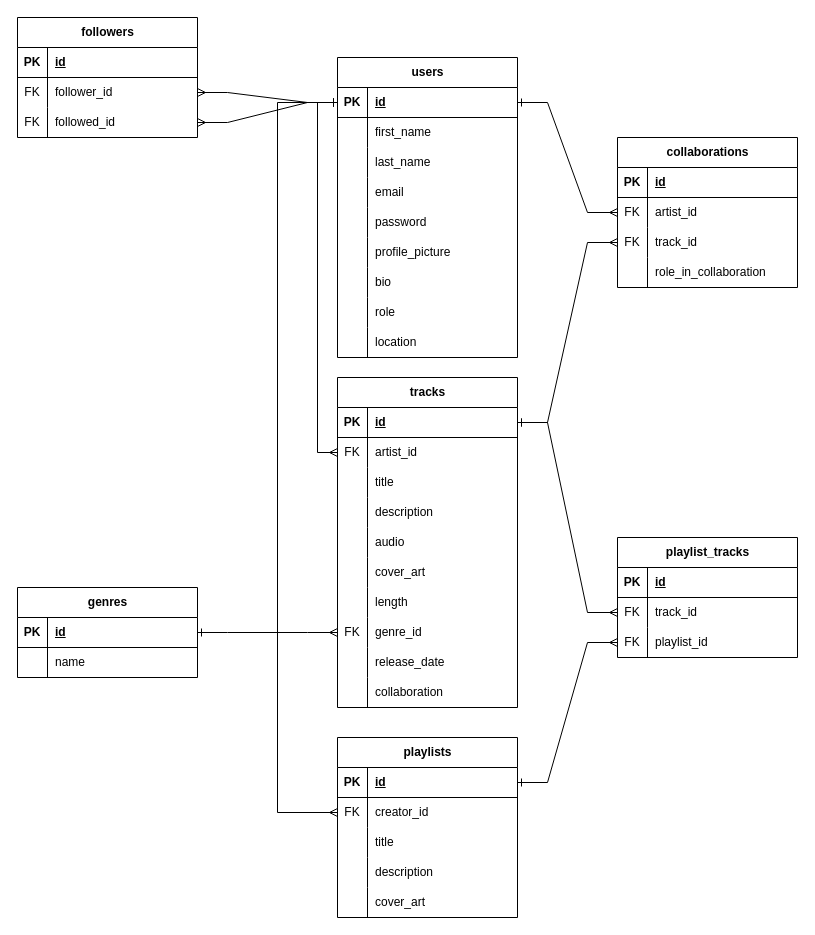
Before: ERD.drawio in bitorsic/sek-jams, a draw.io diagram. Source tidied: cells renumbered, new cells numbered last; positions are measured from the earlier drawing's top-left corner, leaving out a move shared by most shapes. Both pictures are drawn from the tidied source at 100%, with x=0, y=0 at pixel (17, 17).
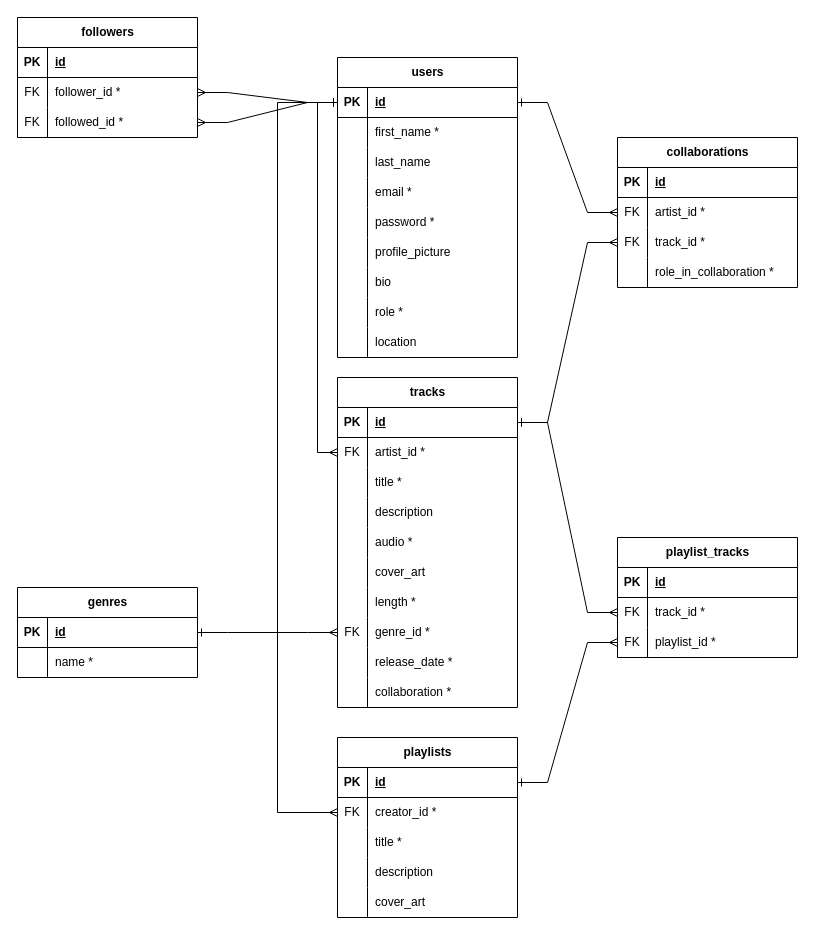
After the change.

Commit message:
marked mandatory fields in ERD

Unchanged cells that the change refers to:
```xml
<mxCell id="6" style="shape=tableRow;horizontal=0;startSize=0;swimlaneHead=0;swimlaneBody=0;fillColor=none;top=0;left=0;right=0;bottom=0;" parent="2" vertex="1">
  <mxGeometry y="60" width="180" height="30" as="geometry" />
</mxCell>
<mxCell id="12" style="shape=tableRow;horizontal=0;startSize=0;swimlaneHead=0;swimlaneBody=0;fillColor=none;top=0;left=0;right=0;bottom=0;" parent="2" vertex="1">
  <mxGeometry y="120" width="180" height="30" as="geometry" />
</mxCell>
<mxCell id="15" style="shape=tableRow;horizontal=0;startSize=0;swimlaneHead=0;swimlaneBody=0;fillColor=none;top=0;left=0;right=0;bottom=0;" parent="2" vertex="1">
  <mxGeometry y="150" width="180" height="30" as="geometry" />
</mxCell>
<mxCell id="24" style="shape=tableRow;horizontal=0;startSize=0;swimlaneHead=0;swimlaneBody=0;fillColor=none;top=0;left=0;right=0;bottom=0;" parent="2" vertex="1">
  <mxGeometry y="240" width="180" height="30" as="geometry" />
</mxCell>
<mxCell id="34" style="shape=tableRow;horizontal=0;startSize=0;swimlaneHead=0;swimlaneBody=0;fillColor=none;points=[[0,0.5],[1,0.5]];portConstraint=eastwest;top=0;left=0;right=0;bottom=0;" parent="30" vertex="1">
  <mxGeometry y="60" width="180" height="30" as="geometry" />
</mxCell>
<mxCell id="37" style="shape=tableRow;horizontal=0;startSize=0;swimlaneHead=0;swimlaneBody=0;fillColor=none;top=0;left=0;right=0;bottom=0;" parent="30" vertex="1">
  <mxGeometry y="90" width="180" height="30" as="geometry" />
</mxCell>
<mxCell id="43" style="shape=tableRow;horizontal=0;startSize=0;swimlaneHead=0;swimlaneBody=0;fillColor=none;top=0;left=0;right=0;bottom=0;" parent="30" vertex="1">
  <mxGeometry y="150" width="180" height="30" as="geometry" />
</mxCell>
<mxCell id="49" style="shape=tableRow;horizontal=0;startSize=0;swimlaneHead=0;swimlaneBody=0;fillColor=none;top=0;left=0;right=0;bottom=0;" parent="30" vertex="1">
  <mxGeometry y="210" width="180" height="30" as="geometry" />
</mxCell>
<mxCell id="52" style="shape=tableRow;horizontal=0;startSize=0;swimlaneHead=0;swimlaneBody=0;fillColor=none;points=[[0,0.5],[1,0.5]];portConstraint=eastwest;top=0;left=0;right=0;bottom=0;" parent="30" vertex="1">
  <mxGeometry y="240" width="180" height="30" as="geometry" />
</mxCell>
<mxCell id="55" style="shape=tableRow;horizontal=0;startSize=0;swimlaneHead=0;swimlaneBody=0;fillColor=none;top=0;left=0;right=0;bottom=0;" parent="30" vertex="1">
  <mxGeometry y="270" width="180" height="30" as="geometry" />
</mxCell>
<mxCell id="58" style="shape=tableRow;horizontal=0;startSize=0;swimlaneHead=0;swimlaneBody=0;fillColor=none;top=0;left=0;right=0;bottom=0;" parent="30" vertex="1">
  <mxGeometry y="300" width="180" height="30" as="geometry" />
</mxCell>
<mxCell id="65" style="shape=tableRow;horizontal=0;startSize=0;swimlaneHead=0;swimlaneBody=0;fillColor=none;top=0;left=0;right=0;bottom=0;" parent="61" vertex="1">
  <mxGeometry y="60" width="180" height="30" as="geometry" />
</mxCell>
<mxCell id="73" style="shape=tableRow;horizontal=0;startSize=0;swimlaneHead=0;swimlaneBody=0;fillColor=none;points=[[0,0.5],[1,0.5]];portConstraint=eastwest;top=0;left=0;right=0;bottom=0;" parent="69" vertex="1">
  <mxGeometry y="60" width="180" height="30" as="geometry" />
</mxCell>
<mxCell id="76" style="shape=tableRow;horizontal=0;startSize=0;swimlaneHead=0;swimlaneBody=0;fillColor=none;points=[[0,0.5],[1,0.5]];portConstraint=eastwest;top=0;left=0;right=0;bottom=0;" parent="69" vertex="1">
  <mxGeometry y="90" width="180" height="30" as="geometry" />
</mxCell>
<mxCell id="85" style="shape=tableRow;horizontal=0;startSize=0;swimlaneHead=0;swimlaneBody=0;fillColor=none;points=[[0,0.5],[1,0.5]];portConstraint=eastwest;top=0;left=0;right=0;bottom=0;" parent="81" vertex="1">
  <mxGeometry y="60" width="180" height="30" as="geometry" />
</mxCell>
<mxCell id="88" style="shape=tableRow;horizontal=0;startSize=0;swimlaneHead=0;swimlaneBody=0;fillColor=none;points=[[0,0.5],[1,0.5]];portConstraint=eastwest;top=0;left=0;right=0;bottom=0;" parent="81" vertex="1">
  <mxGeometry y="90" width="180" height="30" as="geometry" />
</mxCell>
<mxCell id="91" style="shape=tableRow;horizontal=0;startSize=0;swimlaneHead=0;swimlaneBody=0;fillColor=none;top=0;left=0;right=0;bottom=0;" parent="81" vertex="1">
  <mxGeometry y="120" width="180" height="30" as="geometry" />
</mxCell>
<mxCell id="100" style="shape=tableRow;horizontal=0;startSize=0;swimlaneHead=0;swimlaneBody=0;fillColor=none;points=[[0,0.5],[1,0.5]];portConstraint=eastwest;top=0;left=0;right=0;bottom=0;" parent="96" vertex="1">
  <mxGeometry y="60" width="180" height="30" as="geometry" />
</mxCell>
<mxCell id="103" style="shape=tableRow;horizontal=0;startSize=0;swimlaneHead=0;swimlaneBody=0;fillColor=none;top=0;left=0;right=0;bottom=0;" parent="96" vertex="1">
  <mxGeometry y="90" width="180" height="30" as="geometry" />
</mxCell>
<mxCell id="116" style="shape=tableRow;horizontal=0;startSize=0;swimlaneHead=0;swimlaneBody=0;fillColor=none;points=[[0,0.5],[1,0.5]];portConstraint=eastwest;top=0;left=0;right=0;bottom=0;" parent="112" vertex="1">
  <mxGeometry y="60" width="180" height="30" as="geometry" />
</mxCell>
<mxCell id="119" style="shape=tableRow;horizontal=0;startSize=0;swimlaneHead=0;swimlaneBody=0;fillColor=none;points=[[0,0.5],[1,0.5]];portConstraint=eastwest;top=0;left=0;right=0;bottom=0;" parent="112" vertex="1">
  <mxGeometry y="90" width="180" height="30" as="geometry" />
</mxCell>
```

What changed in the source:
```diff
@@
-    <mxCell id="8" value="first_name" style="shape=partialRectangle;fillColor=none;top=0;left=0;bottom=0;right=0;align=left;spacingLeft=6;overflow=hidden;whiteSpace=wrap;html=1;" parent="6" vertex="1">
+    <mxCell id="8" value="first_name *" style="shape=partialRectangle;fillColor=none;top=0;left=0;bottom=0;right=0;align=left;spacingLeft=6;overflow=hidden;whiteSpace=wrap;html=1;" parent="6" vertex="1">
       <mxGeometry x="30" width="150" height="30" as="geometry" />
     </mxCell>
@@
-    <mxCell id="14" value="email" style="shape=partialRectangle;fillColor=none;top=0;left=0;bottom=0;right=0;align=left;spacingLeft=6;overflow=hidden;whiteSpace=wrap;html=1;" parent="12" vertex="1">
+    <mxCell id="14" value="email *" style="shape=partialRectangle;fillColor=none;top=0;left=0;bottom=0;right=0;align=left;spacingLeft=6;overflow=hidden;whiteSpace=wrap;html=1;" parent="12" vertex="1">
       <mxGeometry x="30" width="150" height="30" as="geometry" />
     </mxCell>
@@
-    <mxCell id="17" value="password" style="shape=partialRectangle;fillColor=none;top=0;left=0;bottom=0;right=0;align=left;spacingLeft=6;overflow=hidden;whiteSpace=wrap;html=1;" parent="15" vertex="1">
+    <mxCell id="17" value="password *" style="shape=partialRectangle;fillColor=none;top=0;left=0;bottom=0;right=0;align=left;spacingLeft=6;overflow=hidden;whiteSpace=wrap;html=1;" parent="15" vertex="1">
       <mxGeometry x="30" width="150" height="30" as="geometry" />
     </mxCell>
@@
-    <mxCell id="26" value="role" style="shape=partialRectangle;fillColor=none;top=0;left=0;bottom=0;right=0;align=left;spacingLeft=6;overflow=hidden;whiteSpace=wrap;html=1;" parent="24" vertex="1">
+    <mxCell id="26" value="role *" style="shape=partialRectangle;fillColor=none;top=0;left=0;bottom=0;right=0;align=left;spacingLeft=6;overflow=hidden;whiteSpace=wrap;html=1;" parent="24" vertex="1">
       <mxGeometry x="30" width="150" height="30" as="geometry" />
     </mxCell>
@@
-    <mxCell id="36" value="artist_id" style="shape=partialRectangle;fillColor=none;top=0;left=0;bottom=0;right=0;align=left;spacingLeft=6;overflow=hidden;whiteSpace=wrap;html=1;" parent="34" vertex="1">
+    <mxCell id="36" value="artist_id *" style="shape=partialRectangle;fillColor=none;top=0;left=0;bottom=0;right=0;align=left;spacingLeft=6;overflow=hidden;whiteSpace=wrap;html=1;" parent="34" vertex="1">
       <mxGeometry x="30" width="150" height="30" as="geometry" />
     </mxCell>
@@
-    <mxCell id="39" value="title" style="shape=partialRectangle;fillColor=none;top=0;left=0;bottom=0;right=0;align=left;spacingLeft=6;overflow=hidden;whiteSpace=wrap;html=1;" parent="37" vertex="1">
+    <mxCell id="39" value="title *" style="shape=partialRectangle;fillColor=none;top=0;left=0;bottom=0;right=0;align=left;spacingLeft=6;overflow=hidden;whiteSpace=wrap;html=1;" parent="37" vertex="1">
       <mxGeometry x="30" width="150" height="30" as="geometry" />
     </mxCell>
@@
-    <mxCell id="45" value="audio" style="shape=partialRectangle;fillColor=none;top=0;left=0;bottom=0;right=0;align=left;spacingLeft=6;overflow=hidden;whiteSpace=wrap;html=1;" parent="43" vertex="1">
+    <mxCell id="45" value="audio *" style="shape=partialRectangle;fillColor=none;top=0;left=0;bottom=0;right=0;align=left;spacingLeft=6;overflow=hidden;whiteSpace=wrap;html=1;" parent="43" vertex="1">
       <mxGeometry x="30" width="150" height="30" as="geometry" />
     </mxCell>
@@
-    <mxCell id="51" value="length" style="shape=partialRectangle;fillColor=none;top=0;left=0;bottom=0;right=0;align=left;spacingLeft=6;overflow=hidden;whiteSpace=wrap;html=1;" parent="49" vertex="1">
+    <mxCell id="51" value="length *" style="shape=partialRectangle;fillColor=none;top=0;left=0;bottom=0;right=0;align=left;spacingLeft=6;overflow=hidden;whiteSpace=wrap;html=1;" parent="49" vertex="1">
       <mxGeometry x="30" width="150" height="30" as="geometry" />
     </mxCell>
@@
-    <mxCell id="54" value="genre_id" style="shape=partialRectangle;fillColor=none;top=0;left=0;bottom=0;right=0;align=left;spacingLeft=6;overflow=hidden;whiteSpace=wrap;html=1;" parent="52" vertex="1">
+    <mxCell id="54" value="genre_id *" style="shape=partialRectangle;fillColor=none;top=0;left=0;bottom=0;right=0;align=left;spacingLeft=6;overflow=hidden;whiteSpace=wrap;html=1;" parent="52" vertex="1">
       <mxGeometry x="30" width="150" height="30" as="geometry" />
     </mxCell>
@@
-    <mxCell id="57" value="release_date" style="shape=partialRectangle;fillColor=none;top=0;left=0;bottom=0;right=0;align=left;spacingLeft=6;overflow=hidden;whiteSpace=wrap;html=1;" parent="55" vertex="1">
+    <mxCell id="57" value="release_date *" style="shape=partialRectangle;fillColor=none;top=0;left=0;bottom=0;right=0;align=left;spacingLeft=6;overflow=hidden;whiteSpace=wrap;html=1;" parent="55" vertex="1">
       <mxGeometry x="30" width="150" height="30" as="geometry" />
     </mxCell>
@@
-    <mxCell id="60" value="collaboration" style="shape=partialRectangle;fillColor=none;top=0;left=0;bottom=0;right=0;align=left;spacingLeft=6;overflow=hidden;whiteSpace=wrap;html=1;" parent="58" vertex="1">
+    <mxCell id="60" value="collaboration *" style="shape=partialRectangle;fillColor=none;top=0;left=0;bottom=0;right=0;align=left;spacingLeft=6;overflow=hidden;whiteSpace=wrap;html=1;" parent="58" vertex="1">
       <mxGeometry x="30" width="150" height="30" as="geometry" />
     </mxCell>
@@
-    <mxCell id="67" value="name" style="shape=partialRectangle;fillColor=none;top=0;left=0;bottom=0;right=0;align=left;spacingLeft=6;overflow=hidden;whiteSpace=wrap;html=1;" parent="65" vertex="1">
+    <mxCell id="67" value="name *" style="shape=partialRectangle;fillColor=none;top=0;left=0;bottom=0;right=0;align=left;spacingLeft=6;overflow=hidden;whiteSpace=wrap;html=1;" parent="65" vertex="1">
       <mxGeometry x="30" width="150" height="30" as="geometry" />
     </mxCell>
@@
-    <mxCell id="75" value="follower_id" style="shape=partialRectangle;fillColor=none;top=0;left=0;bottom=0;right=0;align=left;spacingLeft=6;overflow=hidden;whiteSpace=wrap;html=1;" parent="73" vertex="1">
+    <mxCell id="75" value="follower_id *" style="shape=partialRectangle;fillColor=none;top=0;left=0;bottom=0;right=0;align=left;spacingLeft=6;overflow=hidden;whiteSpace=wrap;html=1;" parent="73" vertex="1">
       <mxGeometry x="30" width="150" height="30" as="geometry" />
     </mxCell>
@@
-    <mxCell id="78" value="followed_id" style="shape=partialRectangle;fillColor=none;top=0;left=0;bottom=0;right=0;align=left;spacingLeft=6;overflow=hidden;whiteSpace=wrap;html=1;" parent="76" vertex="1">
+    <mxCell id="78" value="followed_id *" style="shape=partialRectangle;fillColor=none;top=0;left=0;bottom=0;right=0;align=left;spacingLeft=6;overflow=hidden;whiteSpace=wrap;html=1;" parent="76" vertex="1">
       <mxGeometry x="30" width="150" height="30" as="geometry" />
     </mxCell>
@@
-    <mxCell id="87" value="artist_id" style="shape=partialRectangle;fillColor=none;top=0;left=0;bottom=0;right=0;align=left;spacingLeft=6;overflow=hidden;whiteSpace=wrap;html=1;" parent="85" vertex="1">
+    <mxCell id="87" value="artist_id *" style="shape=partialRectangle;fillColor=none;top=0;left=0;bottom=0;right=0;align=left;spacingLeft=6;overflow=hidden;whiteSpace=wrap;html=1;" parent="85" vertex="1">
       <mxGeometry x="30" width="150" height="30" as="geometry" />
     </mxCell>
@@
-    <mxCell id="90" value="track_id" style="shape=partialRectangle;fillColor=none;top=0;left=0;bottom=0;right=0;align=left;spacingLeft=6;overflow=hidden;whiteSpace=wrap;html=1;" parent="88" vertex="1">
+    <mxCell id="90" value="track_id *" style="shape=partialRectangle;fillColor=none;top=0;left=0;bottom=0;right=0;align=left;spacingLeft=6;overflow=hidden;whiteSpace=wrap;html=1;" parent="88" vertex="1">
       <mxGeometry x="30" width="150" height="30" as="geometry" />
     </mxCell>
@@
-    <mxCell id="93" value="role_in_collaboration" style="shape=partialRectangle;fillColor=none;top=0;left=0;bottom=0;right=0;align=left;spacingLeft=6;overflow=hidden;whiteSpace=wrap;html=1;" parent="91" vertex="1">
+    <mxCell id="93" value="role_in_collaboration *" style="shape=partialRectangle;fillColor=none;top=0;left=0;bottom=0;right=0;align=left;spacingLeft=6;overflow=hidden;whiteSpace=wrap;html=1;" parent="91" vertex="1">
       <mxGeometry x="30" width="150" height="30" as="geometry" />
     </mxCell>
@@
-    <mxCell id="102" value="creator_id" style="shape=partialRectangle;fillColor=none;top=0;left=0;bottom=0;right=0;align=left;spacingLeft=6;overflow=hidden;whiteSpace=wrap;html=1;" parent="100" vertex="1">
+    <mxCell id="102" value="creator_id *" style="shape=partialRectangle;fillColor=none;top=0;left=0;bottom=0;right=0;align=left;spacingLeft=6;overflow=hidden;whiteSpace=wrap;html=1;" parent="100" vertex="1">
       <mxGeometry x="30" width="150" height="30" as="geometry" />
     </mxCell>
@@
-    <mxCell id="105" value="title" style="shape=partialRectangle;fillColor=none;top=0;left=0;bottom=0;right=0;align=left;spacingLeft=6;overflow=hidden;whiteSpace=wrap;html=1;" parent="103" vertex="1">
+    <mxCell id="105" value="title *" style="shape=partialRectangle;fillColor=none;top=0;left=0;bottom=0;right=0;align=left;spacingLeft=6;overflow=hidden;whiteSpace=wrap;html=1;" parent="103" vertex="1">
       <mxGeometry x="30" width="150" height="30" as="geometry" />
     </mxCell>
@@
-    <mxCell id="118" value="track_id" style="shape=partialRectangle;fillColor=none;top=0;left=0;bottom=0;right=0;align=left;spacingLeft=6;overflow=hidden;whiteSpace=wrap;html=1;" parent="116" vertex="1">
+    <mxCell id="118" value="track_id *" style="shape=partialRectangle;fillColor=none;top=0;left=0;bottom=0;right=0;align=left;spacingLeft=6;overflow=hidden;whiteSpace=wrap;html=1;" parent="116" vertex="1">
       <mxGeometry x="30" width="150" height="30" as="geometry" />
     </mxCell>
@@
-    <mxCell id="121" value="playlist_id" style="shape=partialRectangle;fillColor=none;top=0;left=0;bottom=0;right=0;align=left;spacingLeft=6;overflow=hidden;whiteSpace=wrap;html=1;" parent="119" vertex="1">
+    <mxCell id="121" value="playlist_id *" style="shape=partialRectangle;fillColor=none;top=0;left=0;bottom=0;right=0;align=left;spacingLeft=6;overflow=hidden;whiteSpace=wrap;html=1;" parent="119" vertex="1">
       <mxGeometry x="30" width="150" height="30" as="geometry" />
     </mxCell>
```
